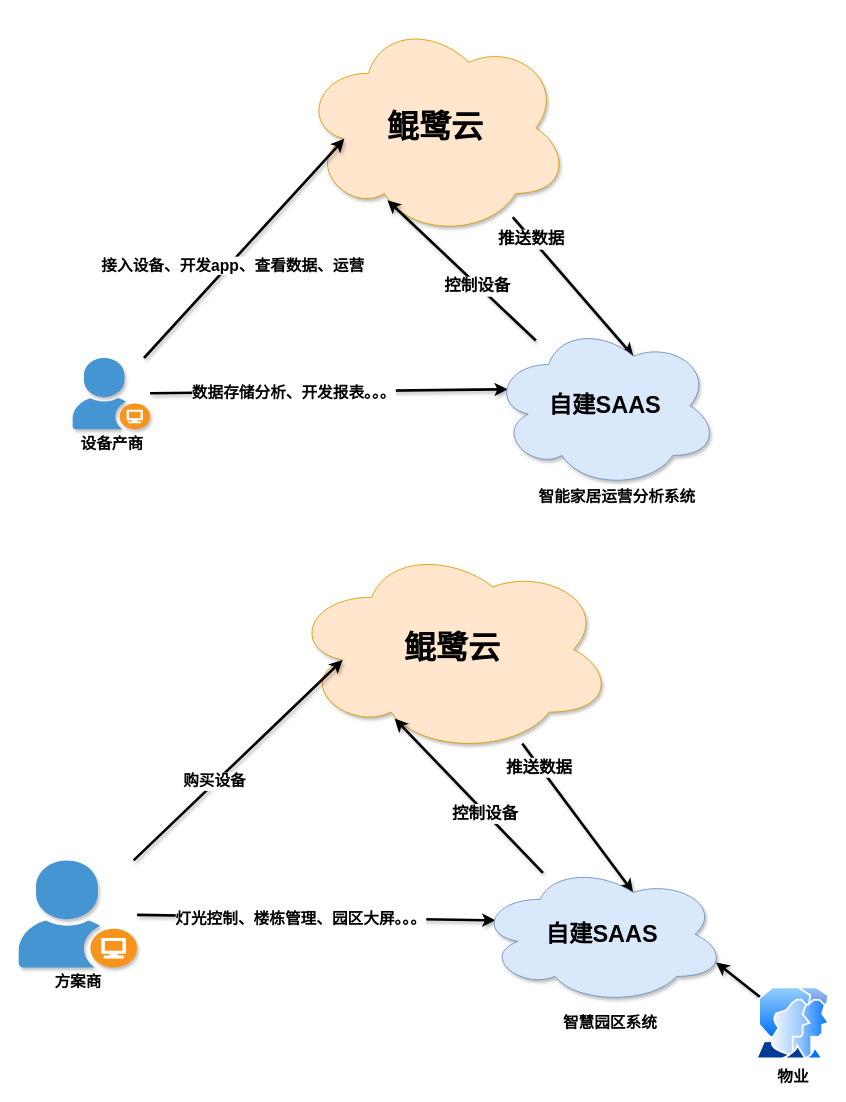
This is cloud_change.drawio from jimmy0/chart, a draw.io file, before an edit. Source tidied: cells renumbered, new cells numbered last; positions are measured from the earlier drawing's top-left corner, leaving out a move shared by most shapes. Both pictures are drawn from the tidied source at 87%, with x=0, y=0 at pixel (18, 18).
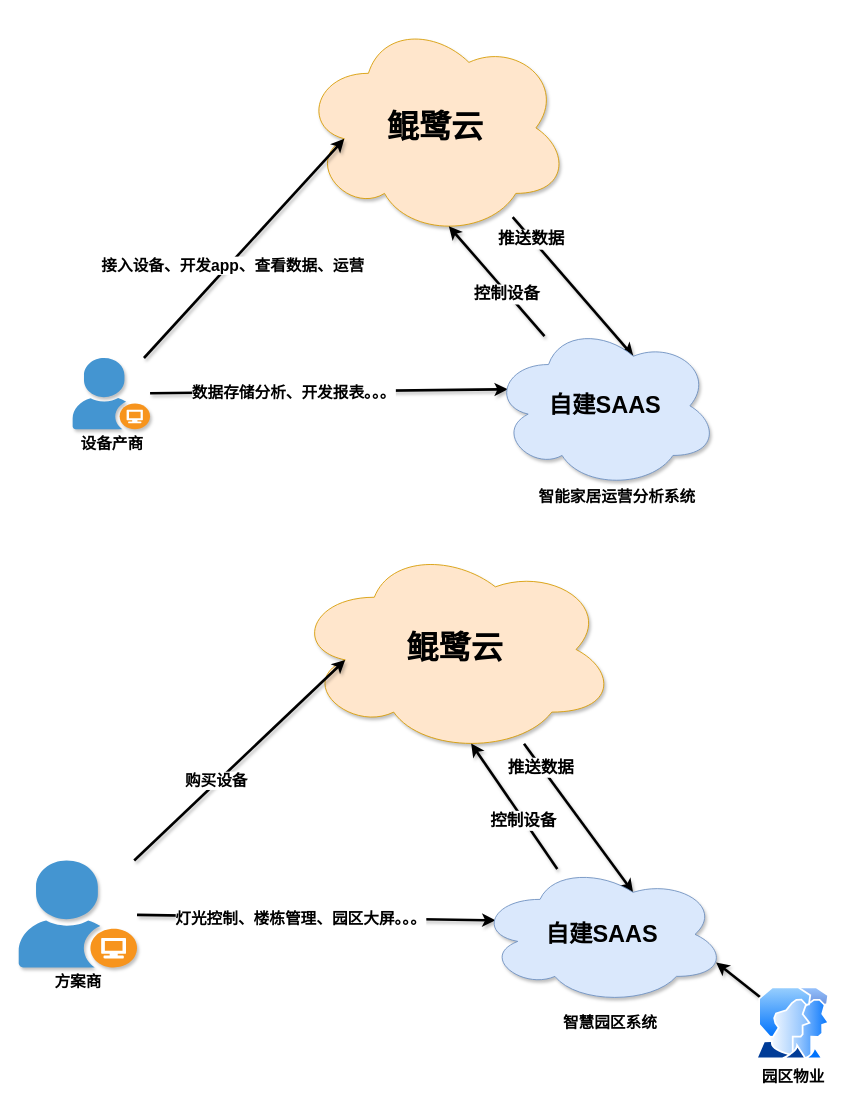
The same diagram, later.

The change refers to these unchanged cells:
```xml
<mxCell id="4" value="鲲鹭云" style="ellipse;shape=cloud;whiteSpace=wrap;html=1;rounded=1;glass=0;sketch=0;fontSize=37;fillColor=#ffe6cc;strokeColor=#d79b00;shadow=1;fontStyle=1;" parent="1" vertex="1">
  <mxGeometry x="325" width="308" height="251" as="geometry" />
</mxCell>
<mxCell id="12" value="自建SAAS" style="ellipse;shape=cloud;whiteSpace=wrap;html=1;rounded=1;glass=0;sketch=0;fontSize=27;fillColor=#dae8fc;strokeColor=#6c8ebf;shadow=1;fontStyle=1;" parent="1" vertex="1">
  <mxGeometry x="544" y="350" width="260" height="190" as="geometry" />
</mxCell>
<mxCell id="23" value="自建SAAS" style="ellipse;shape=cloud;whiteSpace=wrap;html=1;rounded=1;glass=0;sketch=0;fontSize=27;fillColor=#dae8fc;strokeColor=#6c8ebf;shadow=1;fontStyle=1;" parent="1" vertex="1">
  <mxGeometry x="528" y="972" width="285" height="161" as="geometry" />
</mxCell>
```

What changed in the source:
```diff
@@
-    <mxCell id="10" style="edgeStyle=none;rounded=0;sketch=0;jettySize=auto;html=1;entryX=0.321;entryY=0.831;entryDx=0;entryDy=0;entryPerimeter=0;shadow=1;fontSize=19;strokeWidth=3;" parent="1" edge="1" source="12" target="4">
+    <mxCell id="10" style="edgeStyle=none;rounded=0;sketch=0;jettySize=auto;html=1;entryX=0.55;entryY=0.95;entryDx=0;entryDy=0;entryPerimeter=0;shadow=1;fontSize=19;strokeWidth=3;" parent="1" edge="1" source="12" target="4">
       <mxGeometry relative="1" as="geometry" />
     </mxCell>
@@
     <mxCell id="15" value="鲲鹭云" style="ellipse;shape=cloud;whiteSpace=wrap;html=1;rounded=1;glass=0;sketch=0;fontSize=37;fillColor=#ffe6cc;strokeColor=#d79b00;shadow=1;fontStyle=1;" parent="1" vertex="1">
-      <mxGeometry x="313" y="605" width="371" height="240" as="geometry" />
+      <mxGeometry x="316" y="605" width="371" height="240" as="geometry" />
     </mxCell>
@@
-    <mxCell id="21" style="edgeStyle=none;rounded=0;sketch=0;jettySize=auto;html=1;entryX=0.321;entryY=0.831;entryDx=0;entryDy=0;entryPerimeter=0;shadow=1;fontSize=19;strokeWidth=3;" parent="1" edge="1" source="23" target="15">
+    <mxCell id="21" style="edgeStyle=none;rounded=0;sketch=0;jettySize=auto;html=1;shadow=1;fontSize=19;strokeWidth=3;entryX=0.55;entryY=0.95;entryDx=0;entryDy=0;entryPerimeter=0;" parent="1" edge="1" source="23" target="15">
       <mxGeometry relative="1" as="geometry" />
     </mxCell>
@@
-    <mxCell id="27" value="物业" style="perimeter=ellipsePerimeter;html=1;align=center;shadow=0;dashed=0;spacingTop=3;image;image=img/lib/active_directory/user_accounts.svg;fontSize=18;fontStyle=1;" parent="1" vertex="1">
+    <mxCell id="27" value="园区物业" style="perimeter=ellipsePerimeter;html=1;align=center;shadow=0;dashed=0;spacingTop=3;image;image=img/lib/active_directory/user_accounts.svg;fontSize=18;fontStyle=1;" parent="1" vertex="1">
       <mxGeometry x="847" y="1113" width="86.1" height="83.5" as="geometry" />
     </mxCell>
```
